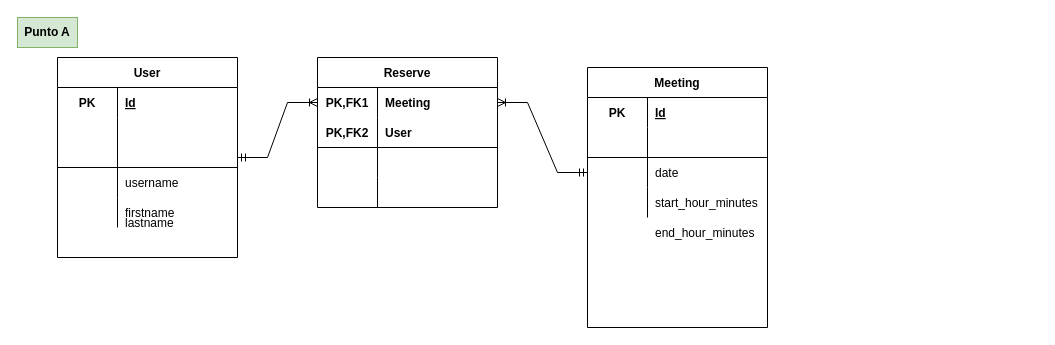
Before: dmaceira-exercise2.drawio in diegomaceira/teracode, a draw.io diagram. Source tidied: cells renumbered, new cells numbered last; positions are measured from the earlier drawing's top-left corner, leaving out a move shared by most shapes. Both pictures are drawn from the tidied source at 100%, with x=0, y=0 at pixel (17, 17).
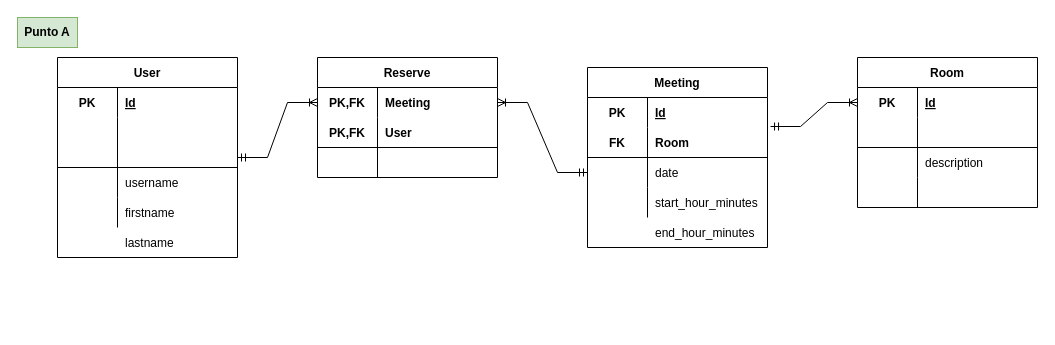
The same diagram, later.

Unchanged cells that the change refers to:
```xml
<mxCell id="21" style="shape=tableRow;horizontal=0;startSize=0;swimlaneHead=0;swimlaneBody=0;fillColor=none;points=[[0,0.5],[1,0.5]];portConstraint=eastwest;top=0;left=0;right=0;bottom=1;" parent="17" vertex="1">
  <mxGeometry y="60" width="180" height="30" as="geometry" />
</mxCell>
<mxCell id="32" style="shape=tableRow;horizontal=0;startSize=0;swimlaneHead=0;swimlaneBody=0;fillColor=none;points=[[0,0.5],[1,0.5]];portConstraint=eastwest;top=0;left=0;right=0;bottom=0;" parent="31" vertex="1">
  <mxGeometry y="30" width="180" height="30" as="geometry" />
</mxCell>
<mxCell id="35" style="shape=tableRow;horizontal=0;startSize=0;swimlaneHead=0;swimlaneBody=0;fillColor=none;top=0;left=0;right=0;bottom=1;" parent="31" vertex="1">
  <mxGeometry y="60" width="180" height="30" as="geometry" />
</mxCell>
```

Diff of the diagram source:
```diff
@@
     <mxCell id="15" value="lastname" style="shape=partialRectangle;fillColor=none;top=0;left=0;bottom=0;right=0;align=left;spacingLeft=6;overflow=hidden;" parent="1" vertex="1">
-      <mxGeometry x="100" y="190" width="120" height="30" as="geometry" />
+      <mxGeometry x="100" y="210" width="120" height="30" as="geometry" />
     </mxCell>
@@
     <mxCell id="17" value="Meeting" style="shape=table;startSize=30;childLayout=tableLayout;rowLines=0;fontStyle=1;align=center;" parent="1" vertex="1">
-      <mxGeometry x="570" y="50" width="180" height="260" as="geometry" />
+      <mxGeometry x="570" y="50" width="180" height="180" as="geometry" />
     </mxCell>
@@
-    <mxCell id="22" style="shape=partialRectangle;fillColor=none;top=0;left=0;bottom=0;right=0;fontStyle=1;overflow=hidden;" parent="21" vertex="1">
+    <mxCell id="22" value="FK" style="shape=partialRectangle;fillColor=none;top=0;left=0;bottom=0;right=0;fontStyle=1;overflow=hidden;" parent="21" vertex="1">
       <mxGeometry width="60" height="30" as="geometry" />
     </mxCell>
-    <mxCell id="23" style="shape=partialRectangle;fillColor=none;top=0;left=0;bottom=0;right=0;align=left;spacingLeft=6;fontStyle=5;overflow=hidden;" parent="21" vertex="1">
+    <mxCell id="23" value="Room" style="shape=partialRectangle;fillColor=none;top=0;left=0;bottom=0;right=0;align=left;spacingLeft=6;fontStyle=1;overflow=hidden;" parent="21" vertex="1">
       <mxGeometry x="60" width="120" height="30" as="geometry" />
     </mxCell>
@@
     <mxCell id="31" value="Reserve" style="shape=table;startSize=30;childLayout=tableLayout;rowLines=0;fontStyle=1;align=center;" parent="1" vertex="1">
-      <mxGeometry x="300" y="40" width="180" height="150" as="geometry" />
+      <mxGeometry x="300" y="40" width="180" height="120" as="geometry" />
     </mxCell>
@@
-    <mxCell id="33" value="PK,FK1" style="shape=partialRectangle;fillColor=none;top=0;left=0;bottom=0;right=0;fontStyle=1;overflow=hidden;" parent="32" vertex="1">
+    <mxCell id="33" value="PK,FK" style="shape=partialRectangle;fillColor=none;top=0;left=0;bottom=0;right=0;fontStyle=1;overflow=hidden;" parent="32" vertex="1">
       <mxGeometry width="60" height="30" as="geometry" />
     </mxCell>
@@
-    <mxCell id="36" value="PK,FK2" style="shape=partialRectangle;fillColor=none;top=0;left=0;bottom=0;right=0;fontStyle=1;overflow=hidden;" parent="35" vertex="1">
+    <mxCell id="36" value="PK,FK" style="shape=partialRectangle;fillColor=none;top=0;left=0;bottom=0;right=0;fontStyle=1;overflow=hidden;" parent="35" vertex="1">
       <mxGeometry width="60" height="30" as="geometry" />
     </mxCell>
@@
-    <mxCell id="38" style="shape=tableRow;horizontal=0;startSize=0;swimlaneHead=0;swimlaneBody=0;fillColor=none;top=0;left=0;right=0;bottom=0;" parent="31" vertex="1">
-      <mxGeometry y="90" width="180" height="30" as="geometry" />
-    </mxCell>
-    <mxCell id="39" style="shape=partialRectangle;fillColor=none;top=0;left=0;bottom=0;right=0;overflow=hidden;" parent="38" vertex="1">
-      <mxGeometry width="60" height="30" as="geometry" />
-    </mxCell>
-    <mxCell id="40" style="shape=partialRectangle;fillColor=none;top=0;left=0;bottom=0;right=0;align=left;spacingLeft=6;overflow=hidden;" parent="38" vertex="1">
-      <mxGeometry x="60" width="120" height="30" as="geometry" />
-    </mxCell>
     <mxCell id="41" style="shape=tableRow;horizontal=0;startSize=0;swimlaneHead=0;swimlaneBody=0;fillColor=none;top=0;left=0;right=0;bottom=0;" parent="31" vertex="1">
-      <mxGeometry y="120" width="180" height="30" as="geometry" />
+      <mxGeometry y="90" width="180" height="30" as="geometry" />
     </mxCell>
@@
+    <mxCell id="46" value="Room" style="shape=table;startSize=30;childLayout=tableLayout;rowLines=0;fontStyle=1;align=center;" parent="1" vertex="1">
+      <mxGeometry x="840" y="40" width="180" height="150" as="geometry" />
+    </mxCell>
+    <mxCell id="47" style="shape=tableRow;horizontal=0;startSize=0;swimlaneHead=0;swimlaneBody=0;fillColor=none;points=[[0,0.5],[1,0.5]];portConstraint=eastwest;top=0;left=0;right=0;bottom=0;" parent="46" vertex="1">
+      <mxGeometry y="30" width="180" height="30" as="geometry" />
+    </mxCell>
+    <mxCell id="48" value="PK" style="shape=partialRectangle;fillColor=none;top=0;left=0;bottom=0;right=0;fontStyle=1;overflow=hidden;" parent="47" vertex="1">
+      <mxGeometry width="60" height="30" as="geometry" />
+    </mxCell>
+    <mxCell id="49" value="Id" style="shape=partialRectangle;fillColor=none;top=0;left=0;bottom=0;right=0;align=left;spacingLeft=6;fontStyle=5;overflow=hidden;" parent="47" vertex="1">
+      <mxGeometry x="60" width="120" height="30" as="geometry" />
+    </mxCell>
+    <mxCell id="50" style="shape=tableRow;horizontal=0;startSize=0;swimlaneHead=0;swimlaneBody=0;fillColor=none;top=0;left=0;right=0;bottom=1;" parent="46" vertex="1">
+      <mxGeometry y="60" width="180" height="30" as="geometry" />
+    </mxCell>
+    <mxCell id="51" style="shape=partialRectangle;fillColor=none;top=0;left=0;bottom=0;right=0;fontStyle=1;overflow=hidden;" parent="50" vertex="1">
+      <mxGeometry width="60" height="30" as="geometry" />
+    </mxCell>
+    <mxCell id="52" style="shape=partialRectangle;fillColor=none;top=0;left=0;bottom=0;right=0;align=left;spacingLeft=6;fontStyle=5;overflow=hidden;" parent="50" vertex="1">
+      <mxGeometry x="60" width="120" height="30" as="geometry" />
+    </mxCell>
+    <mxCell id="38" style="shape=tableRow;horizontal=0;startSize=0;swimlaneHead=0;swimlaneBody=0;fillColor=none;top=0;left=0;right=0;bottom=0;" parent="46" vertex="1">
+      <mxGeometry y="90" width="180" height="30" as="geometry" />
+    </mxCell>
+    <mxCell id="53" style="shape=partialRectangle;fillColor=none;top=0;left=0;bottom=0;right=0;overflow=hidden;" parent="38" vertex="1">
+      <mxGeometry width="60" height="30" as="geometry" />
+    </mxCell>
+    <mxCell id="54" value="description" style="shape=partialRectangle;fillColor=none;top=0;left=0;bottom=0;right=0;align=left;spacingLeft=6;overflow=hidden;" parent="38" vertex="1">
+      <mxGeometry x="60" width="120" height="30" as="geometry" />
+    </mxCell>
+    <mxCell id="55" style="shape=tableRow;horizontal=0;startSize=0;swimlaneHead=0;swimlaneBody=0;fillColor=none;top=0;left=0;right=0;bottom=0;" parent="46" vertex="1">
+      <mxGeometry y="120" width="180" height="30" as="geometry" />
+    </mxCell>
+    <mxCell id="56" style="shape=partialRectangle;fillColor=none;top=0;left=0;bottom=0;right=0;overflow=hidden;" parent="55" vertex="1">
+      <mxGeometry width="60" height="30" as="geometry" />
+    </mxCell>
+    <mxCell id="40" style="shape=partialRectangle;fillColor=none;top=0;left=0;bottom=0;right=0;align=left;spacingLeft=6;overflow=hidden;" parent="55" vertex="1">
+      <mxGeometry x="60" width="120" height="30" as="geometry" />
+    </mxCell>
+    <mxCell id="57" style="edgeStyle=entityRelationEdgeStyle;fontSize=12;html=1;endArrow=ERoneToMany;startArrow=ERmandOne;rounded=0;entryX=0;entryY=0.5;entryDx=0;entryDy=0;exitX=1.017;exitY=-0.033;exitDx=0;exitDy=0;exitPerimeter=0;" parent="1" edge="1" source="21" target="47">
+      <mxGeometry relative="1" as="geometry" />
+    </mxCell>
```
